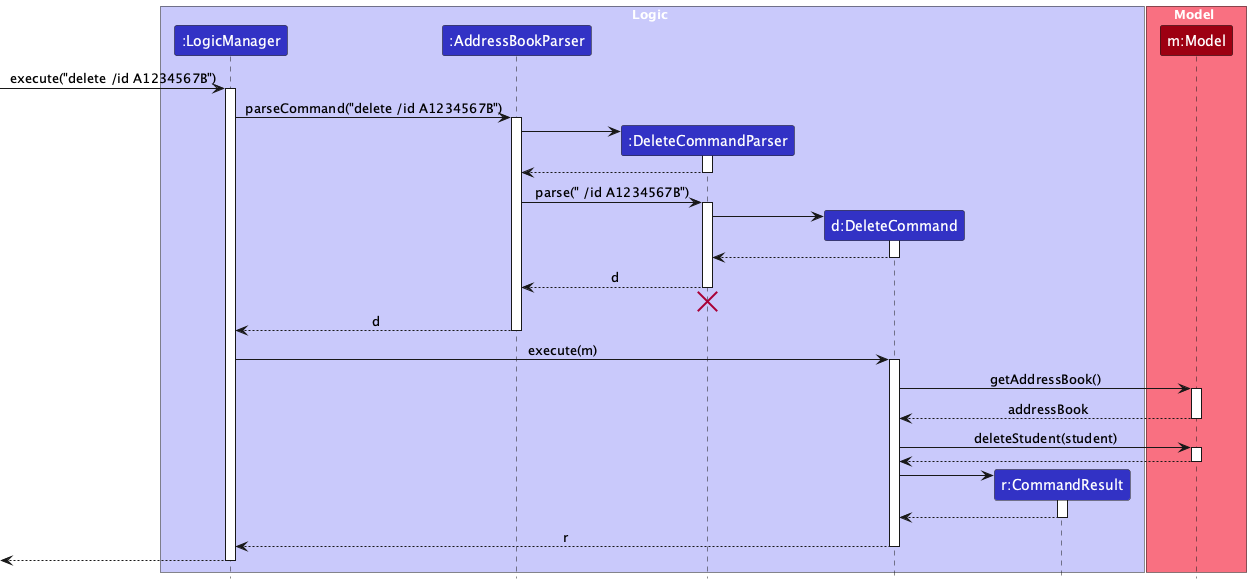
Before: docs/images/DeleteSequenceDiagram.png, a diagram exported from PlantUML (AY2627S1-CS2103-F11-1/tp). Its source is kept beside it as docs/diagrams/DeleteSequenceDiagram.puml.
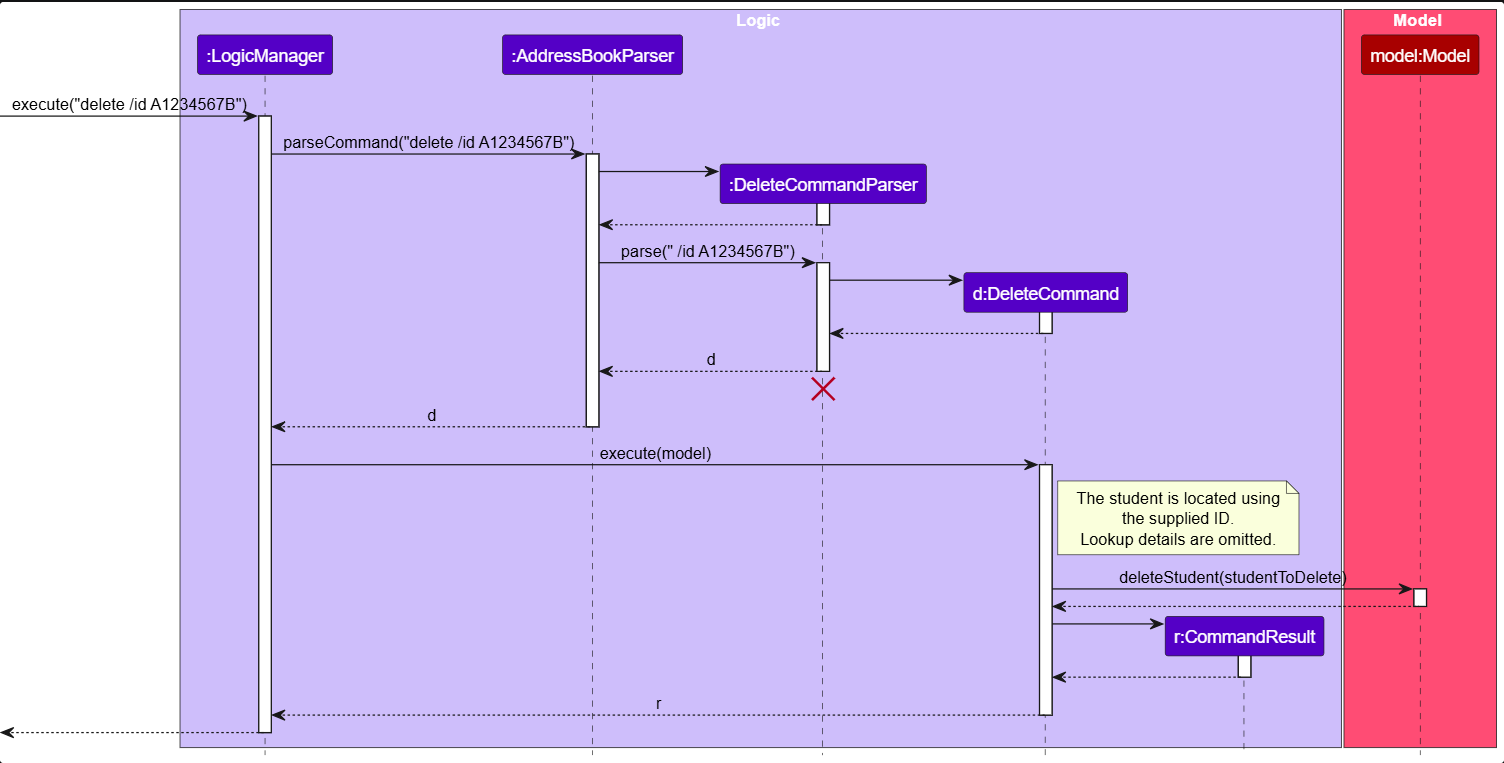
Above is the later version.

Change to the diagram source:
```diff
@@ -11,7 +11,7 @@
 end box
 
 box Model MODEL_COLOR_T1
-participant "m:Model" as Model MODEL_COLOR
+participant "model:Model" as Model MODEL_COLOR
 end box
 
 [-> LogicManager : execute("delete /id A1234567B")
@@ -23,7 +23,6 @@
 create DeleteCommandParser
 AddressBookParser -> DeleteCommandParser
 activate DeleteCommandParser
-
 DeleteCommandParser --> AddressBookParser
 deactivate DeleteCommandParser
 
@@ -33,28 +32,28 @@
 create DeleteCommand
 DeleteCommandParser -> DeleteCommand
 activate DeleteCommand
-
-DeleteCommand --> DeleteCommandParser :
+DeleteCommand --> DeleteCommandParser
 deactivate DeleteCommand
 
 DeleteCommandParser --> AddressBookParser : d
 deactivate DeleteCommandParser
+
 DeleteCommandParser -[hidden]-> AddressBookParser
 destroy DeleteCommandParser
 
 AddressBookParser --> LogicManager : d
 deactivate AddressBookParser
 
-LogicManager -> DeleteCommand : execute(m)
+LogicManager -> DeleteCommand : execute(model)
 activate DeleteCommand
 
-DeleteCommand -> Model : getAddressBook()
-activate Model
+note right of DeleteCommand
+  The student is located using
+  the supplied ID.
+  Lookup details are omitted.
+end note
 
-Model --> DeleteCommand : addressBook
-deactivate Model
-
-DeleteCommand -> Model : deleteStudent(student)
+DeleteCommand -> Model : deleteStudent(studentToDelete)
 activate Model
 
 Model --> DeleteCommand
@@ -63,13 +62,12 @@
 create CommandResult
 DeleteCommand -> CommandResult
 activate CommandResult
-
 CommandResult --> DeleteCommand
 deactivate CommandResult
 
 DeleteCommand --> LogicManager : r
 deactivate DeleteCommand
 
-[<--LogicManager
+[<-- LogicManager
 deactivate LogicManager
 @enduml
```
